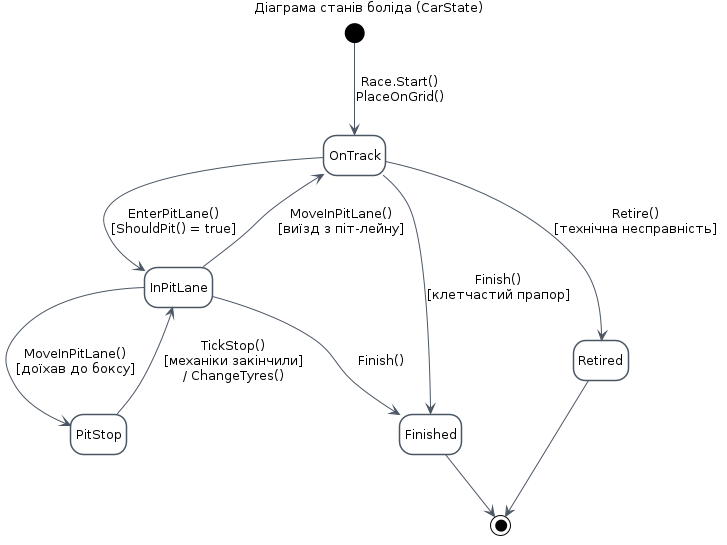
Above: docs/uml/07-state-car.png in makson221/F1RaceSimulator (PlantUML), before the change. Its source is kept beside it as docs/uml/07-state-car.puml. Source of this version:
```plantuml
@startuml state-car
!include _style.iuml
title Діаграма станів боліда (CarState)

[*] --> OnTrack : Race.Start()\nPlaceOnGrid()

OnTrack --> InPitLane : EnterPitLane()\n[ShouldPit() = true]
InPitLane --> PitStop : MoveInPitLane()\n[доїхав до боксу]
PitStop --> InPitLane : TickStop()\n[механіки закінчили]\n/ ChangeTyres()
InPitLane --> OnTrack : MoveInPitLane()\n[виїзд з піт-лейну]

OnTrack --> Finished : Finish()\n[клетчастий прапор]
InPitLane --> Finished : Finish()
OnTrack --> Retired : Retire()\n[технічна несправність]

Finished --> [*]
Retired --> [*]
@enduml
```
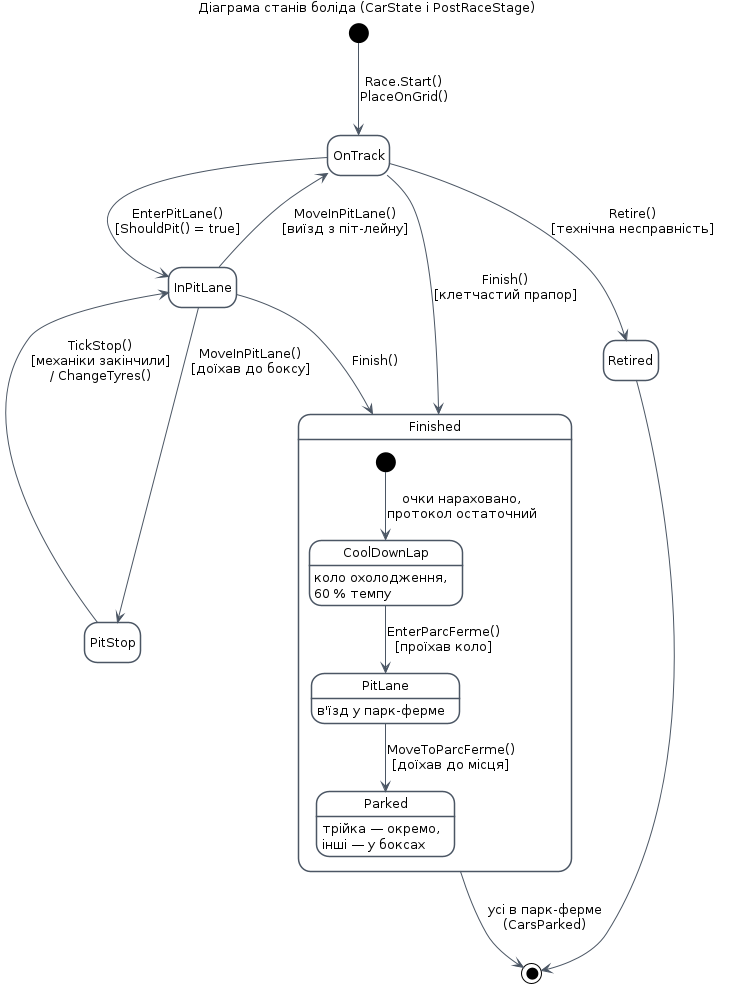
The same diagram one commit later.

The edit, as a diff of the source:
```diff
@@ -1,6 +1,6 @@
 @startuml state-car
 !include _style.iuml
-title Діаграма станів боліда (CarState)
+title Діаграма станів боліда (CarState і PostRaceStage)
 
 [*] --> OnTrack : Race.Start()\nPlaceOnGrid()
 
@@ -13,6 +13,15 @@
 InPitLane --> Finished : Finish()
 OnTrack --> Retired : Retire()\n[технічна несправність]
 
-Finished --> [*]
+state Finished {
+  [*] --> CoolDownLap : очки нараховано,\nпротокол остаточний
+  CoolDownLap : коло охолодження,\n60 % темпу
+  CoolDownLap --> PitLane : EnterParcFerme()\n[проїхав коло]
+  PitLane : в'їзд у парк-ферме
+  PitLane --> Parked : MoveToParcFerme()\n[доїхав до місця]
+  Parked : трійка — окремо,\nінші — у боксах
+}
+
+Finished --> [*] : усі в парк-ферме\n(CarsParked)
 Retired --> [*]
 @enduml
```
